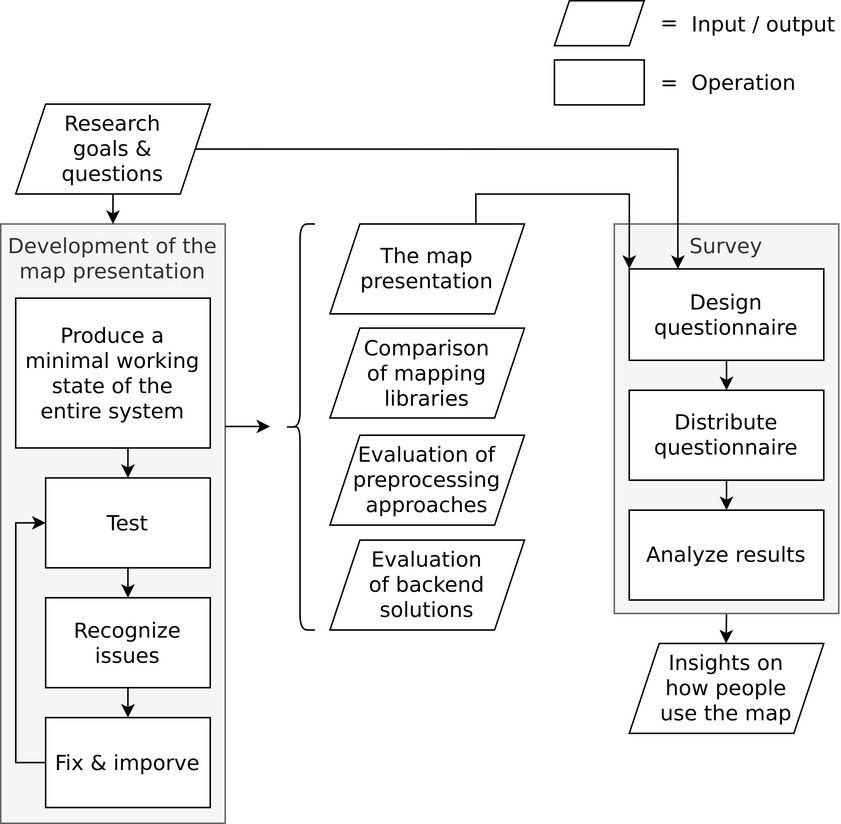
This is thesis/visual/figures/diagrams/study_design.png from eemilhaa/thesis, a draw.io export, as it was before one commit. Source tidied: cells renumbered, new cells last; positions are measured from the earlier drawing's top-left corner, leaving out a move shared by most shapes.
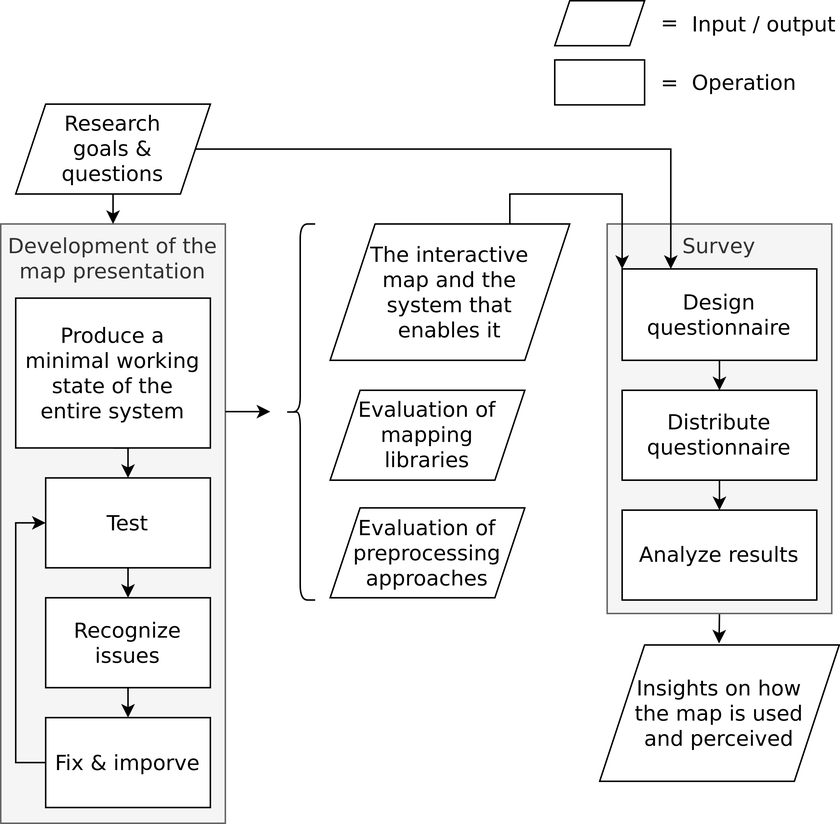
Later version of the same file.

Diff of the diagram source:
```diff
@@ -4,11 +4,11 @@
     <mxCell id="1" parent="0" />
     <mxCell id="2" style="edgeStyle=orthogonalEdgeStyle;rounded=0;jettySize=auto;html=1;exitX=0.5;exitY=1;exitDx=0;exitDy=0;" parent="1" edge="1" source="3">
       <mxGeometry relative="1" as="geometry">
-        <mxPoint x="484.7" y="429" as="targetPoint" />
+        <mxPoint x="479.7" y="429" as="targetPoint" />
       </mxGeometry>
     </mxCell>
     <mxCell id="3" value="Survey" style="rounded=0;whiteSpace=wrap;html=1;align=center;fontFamily=Dejavu sans;shadow=0;verticalAlign=top;fontSize=14;fillColor=#f5f5f5;fontColor=#333333;strokeColor=#666666;" parent="1" vertex="1">
-      <mxGeometry x="410" y="149" width="150" height="260" as="geometry" />
+      <mxGeometry x="405" y="149" width="150" height="260" as="geometry" />
     </mxCell>
     <mxCell id="4" value="Development of the map presentation" style="rounded=0;whiteSpace=wrap;html=1;align=center;fontFamily=Dejavu sans;shadow=0;verticalAlign=top;fontSize=14;fillColor=#f5f5f5;fontColor=#333333;strokeColor=#666666;" parent="1" vertex="1">
       <mxGeometry y="149" width="150" height="400" as="geometry" />
@@ -63,18 +63,15 @@
     <mxCell id="19" style="edgeStyle=orthogonalEdgeStyle;rounded=0;jettySize=auto;html=1;exitX=0.75;exitY=0;exitDx=0;exitDy=0;entryX=0;entryY=0;entryDx=0;entryDy=0;" parent="1" edge="1" source="20" target="28">
       <mxGeometry relative="1" as="geometry" />
     </mxCell>
-    <mxCell id="20" value="The map presentation" style="shape=parallelogram;perimeter=parallelogramPerimeter;whiteSpace=wrap;html=1;fixedSize=1;fontFamily=Dejavu sans;fontSize=14;" parent="1" vertex="1">
-      <mxGeometry x="220" y="149" width="130" height="60" as="geometry" />
+    <mxCell id="20" value="&lt;div&gt;The interactive map and the system that enables it&lt;/div&gt;" style="shape=parallelogram;perimeter=parallelogramPerimeter;whiteSpace=wrap;html=1;fixedSize=1;fontFamily=Dejavu sans;fontSize=14;size=30;spacing=16;" parent="1" vertex="1">
+      <mxGeometry x="220" y="149" width="160" height="91" as="geometry" />
     </mxCell>
-    <mxCell id="21" value="Comparison of mapping libraries" style="shape=parallelogram;perimeter=parallelogramPerimeter;whiteSpace=wrap;html=1;fixedSize=1;fontFamily=Dejavu sans;fontSize=14;spacing=16;" parent="1" vertex="1">
-      <mxGeometry x="220" y="218.5" width="130" height="60" as="geometry" />
+    <mxCell id="21" value="Evaluation of mapping libraries" style="shape=parallelogram;perimeter=parallelogramPerimeter;whiteSpace=wrap;html=1;fixedSize=1;fontFamily=Dejavu sans;fontSize=14;spacing=16;" parent="1" vertex="1">
+      <mxGeometry x="220" y="260" width="130" height="60" as="geometry" />
     </mxCell>
     <mxCell id="22" value="Evaluation of preprocessing approaches" style="shape=parallelogram;perimeter=parallelogramPerimeter;whiteSpace=wrap;html=1;fixedSize=1;fontFamily=Dejavu sans;fontSize=14;" parent="1" vertex="1">
-      <mxGeometry x="220" y="290" width="130" height="60" as="geometry" />
+      <mxGeometry x="220" y="338.5" width="130" height="60" as="geometry" />
     </mxCell>
-    <mxCell id="23" value="Evaluation of backend solutions" style="shape=parallelogram;perimeter=parallelogramPerimeter;whiteSpace=wrap;html=1;fixedSize=1;fontFamily=Dejavu sans;fontSize=14;spacing=22;" parent="1" vertex="1">
-      <mxGeometry x="220" y="360" width="130" height="60" as="geometry" />
-    </mxCell>
     <mxCell id="24" style="edgeStyle=orthogonalEdgeStyle;rounded=0;jettySize=auto;html=1;exitX=0.5;exitY=1;exitDx=0;exitDy=0;entryX=0.5;entryY=0;entryDx=0;entryDy=0;" parent="1" edge="1" source="26" target="4">
       <mxGeometry relative="1" as="geometry" />
     </mxCell>
@@ -88,28 +85,28 @@
       <mxGeometry relative="1" as="geometry" />
     </mxCell>
     <mxCell id="28" value="Design questionnaire" style="rounded=0;whiteSpace=wrap;html=1;fontFamily=Dejavu sans;shadow=0;fontSize=14;spacing=2;" parent="1" vertex="1">
-      <mxGeometry x="420" y="179" width="130" height="61" as="geometry" />
+      <mxGeometry x="415" y="179" width="130" height="61" as="geometry" />
     </mxCell>
     <mxCell id="29" style="edgeStyle=orthogonalEdgeStyle;rounded=0;jettySize=auto;html=1;exitX=0.5;exitY=1;exitDx=0;exitDy=0;entryX=0.5;entryY=0;entryDx=0;entryDy=0;" parent="1" edge="1" source="30" target="31">
       <mxGeometry relative="1" as="geometry" />
     </mxCell>
     <mxCell id="30" value="Distribute questionnaire" style="rounded=0;whiteSpace=wrap;html=1;fontFamily=Dejavu sans;shadow=0;fontSize=14;spacing=2;" parent="1" vertex="1">
-      <mxGeometry x="420" y="260" width="130" height="60" as="geometry" />
+      <mxGeometry x="415" y="260" width="130" height="60" as="geometry" />
     </mxCell>
     <mxCell id="31" value="Analyze results" style="rounded=0;whiteSpace=wrap;html=1;fontFamily=Dejavu sans;shadow=0;fontSize=14;spacing=2;" parent="1" vertex="1">
-      <mxGeometry x="420" y="340" width="130" height="60" as="geometry" />
+      <mxGeometry x="415" y="340" width="130" height="60" as="geometry" />
     </mxCell>
     <mxCell id="32" style="shape=curlyBracket;whiteSpace=wrap;html=1;rounded=1;labelPosition=left;verticalLabelPosition=middle;align=right;verticalAlign=middle;" parent="1" vertex="1">
-      <mxGeometry x="190" y="149" width="20" height="271" as="geometry" />
+      <mxGeometry x="190" y="149" width="20" height="251" as="geometry" />
     </mxCell>
     <mxCell id="33" style="endArrow=classic;html=1;rounded=0;" parent="1" edge="1">
       <mxGeometry relative="1" as="geometry">
-        <mxPoint x="150" y="284.1" as="sourcePoint" />
-        <mxPoint x="180" y="284.1" as="targetPoint" />
+        <mxPoint x="150" y="274.3" as="sourcePoint" />
+        <mxPoint x="180" y="274.3" as="targetPoint" />
       </mxGeometry>
     </mxCell>
-    <mxCell id="34" value="Insights on how people use the map" style="shape=parallelogram;perimeter=parallelogramPerimeter;whiteSpace=wrap;html=1;fixedSize=1;fontFamily=Dejavu sans;fontSize=14;spacing=12;" parent="1" vertex="1">
-      <mxGeometry x="420" y="429" width="130" height="60" as="geometry" />
-    </mxCell>
+    <mxCell id="35" value="Insights on how the map is used and perceived" style="shape=parallelogram;perimeter=parallelogramPerimeter;whiteSpace=wrap;html=1;fixedSize=1;fontFamily=Dejavu sans;fontSize=14;size=30;spacing=16;" parent="1" vertex="1">
+      <mxGeometry x="400" y="430" width="160" height="91" as="geometry" />
+    </mxCell>
   </root>
 </mxGraphModel>
```
